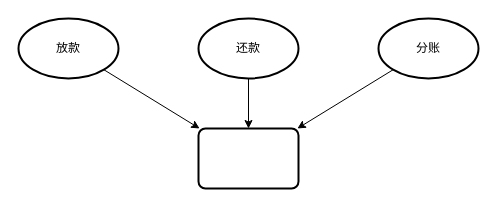
294794668/draw keeps this draw.io diagram as 金融科技/交易流程图ALL.drawio. Above is the earlier version. Source tidied: cells renumbered, new cells numbered last; positions are measured from the earlier drawing's top-left corner, leaving out a move shared by most shapes. Both pictures are drawn from the tidied source at 100%, with x=0, y=0 at pixel (18, 18).
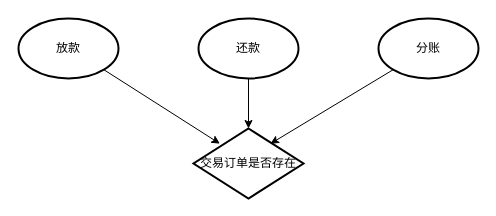
After the change.

Commit message (it also covers changes not shown here):
更新交易流程图ALL.drawio

The edit, as a diff of the source:
```diff
@@
 <mxGraphModel>
   <root>
     <mxCell id="0" />
     <mxCell id="1" parent="0" />
     <mxCell id="2" style="edgeStyle=none;rounded=0;jettySize=auto;html=1;" parent="1" edge="1" source="3" target="8">
       <mxGeometry relative="1" as="geometry" />
     </mxCell>
     <mxCell id="3" value="还款" style="strokeWidth=2;html=1;shape=mxgraph.flowchart.start_1;whiteSpace=wrap;" parent="1" vertex="1">
       <mxGeometry x="180" width="100" height="60" as="geometry" />
     </mxCell>
-    <mxCell id="4" style="edgeStyle=none;rounded=0;jettySize=auto;html=1;exitX=0.855;exitY=0.855;exitDx=0;exitDy=0;exitPerimeter=0;" parent="1" edge="1" source="5" target="8">
+    <mxCell id="4" style="edgeStyle=none;rounded=0;jettySize=auto;html=1;exitX=0.855;exitY=0.855;exitDx=0;exitDy=0;exitPerimeter=0;entryX=0.24;entryY=0.217;entryDx=0;entryDy=0;entryPerimeter=0;" parent="1" edge="1" source="5" target="8">
       <mxGeometry relative="1" as="geometry" />
     </mxCell>
     <mxCell id="5" value="放款" style="strokeWidth=2;html=1;shape=mxgraph.flowchart.start_1;whiteSpace=wrap;" parent="1" vertex="1">
       <mxGeometry width="100" height="60" as="geometry" />
     </mxCell>
-    <mxCell id="6" style="edgeStyle=none;rounded=0;jettySize=auto;html=1;exitX=0.145;exitY=0.855;exitDx=0;exitDy=0;exitPerimeter=0;" parent="1" edge="1" source="7" target="8">
+    <mxCell id="6" style="edgeStyle=none;rounded=0;jettySize=auto;html=1;exitX=0.145;exitY=0.855;exitDx=0;exitDy=0;exitPerimeter=0;entryX=0.7;entryY=0.217;entryDx=0;entryDy=0;entryPerimeter=0;" parent="1" edge="1" source="7" target="8">
       <mxGeometry relative="1" as="geometry" />
     </mxCell>
     <mxCell id="7" value="分账" style="strokeWidth=2;html=1;shape=mxgraph.flowchart.start_1;whiteSpace=wrap;" parent="1" vertex="1">
       <mxGeometry x="360" width="100" height="60" as="geometry" />
     </mxCell>
-    <mxCell id="8" style="rounded=1;whiteSpace=wrap;html=1;absoluteArcSize=1;arcSize=14;strokeWidth=2;" parent="1" vertex="1">
-      <mxGeometry x="180" y="110" width="100" height="60" as="geometry" />
+    <mxCell id="8" value="交易订单是否存在" style="strokeWidth=2;html=1;shape=mxgraph.flowchart.decision;whiteSpace=wrap;fontFamily=Helvetica;fontSize=12;fontColor=#000000;align=center;strokeColor=#000000;fillColor=#ffffff;" parent="1" vertex="1">
+      <mxGeometry x="175" y="110" width="110" height="70" as="geometry" />
     </mxCell>
   </root>
 </mxGraphModel>
```
